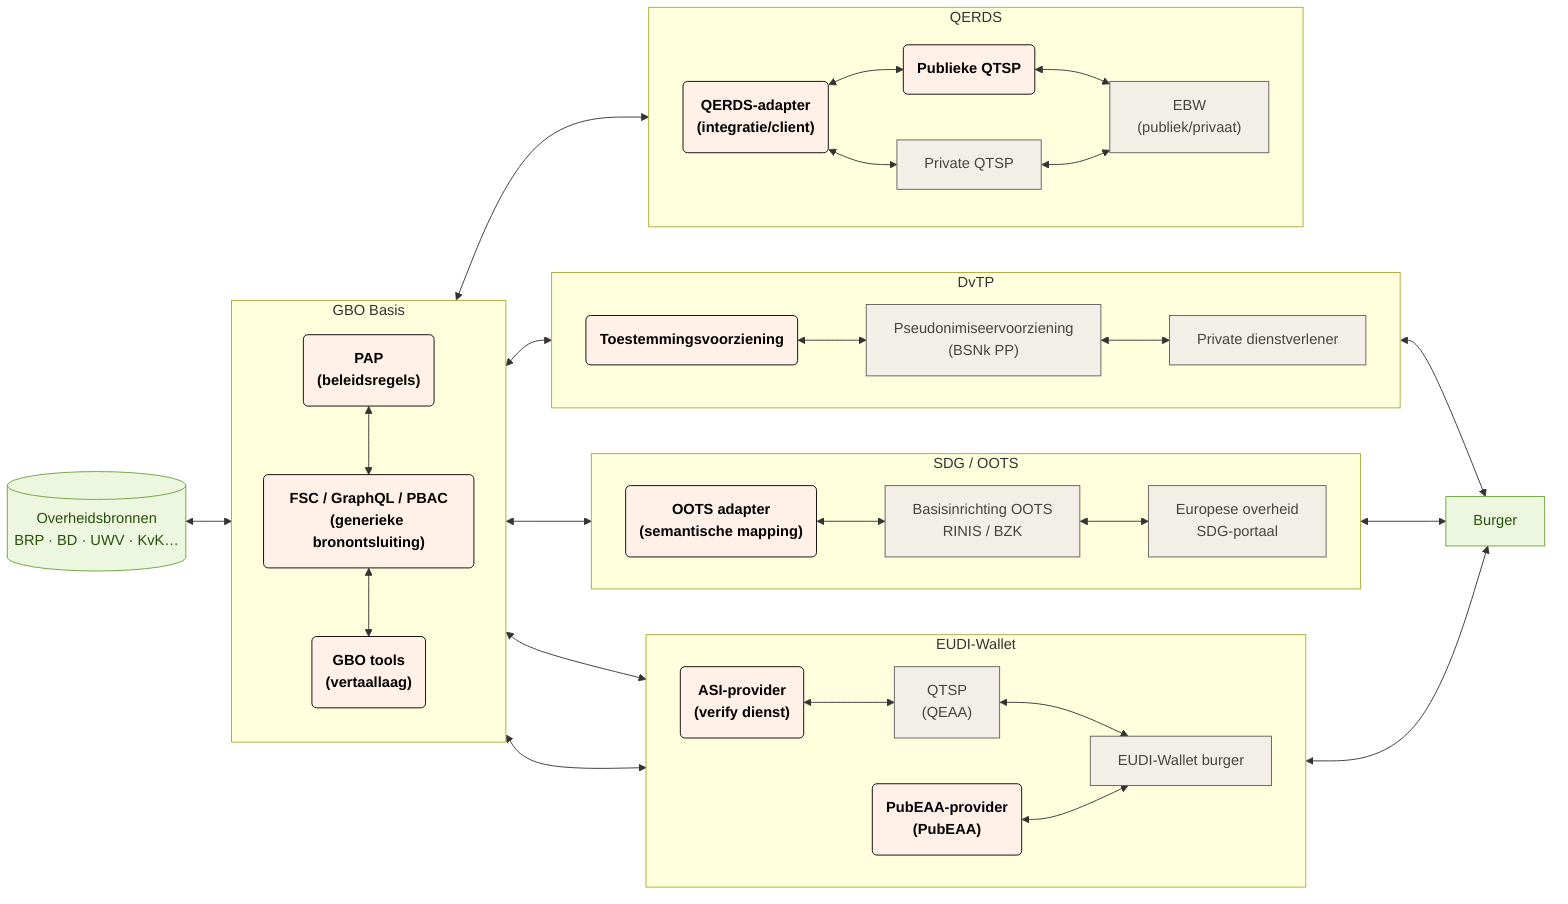
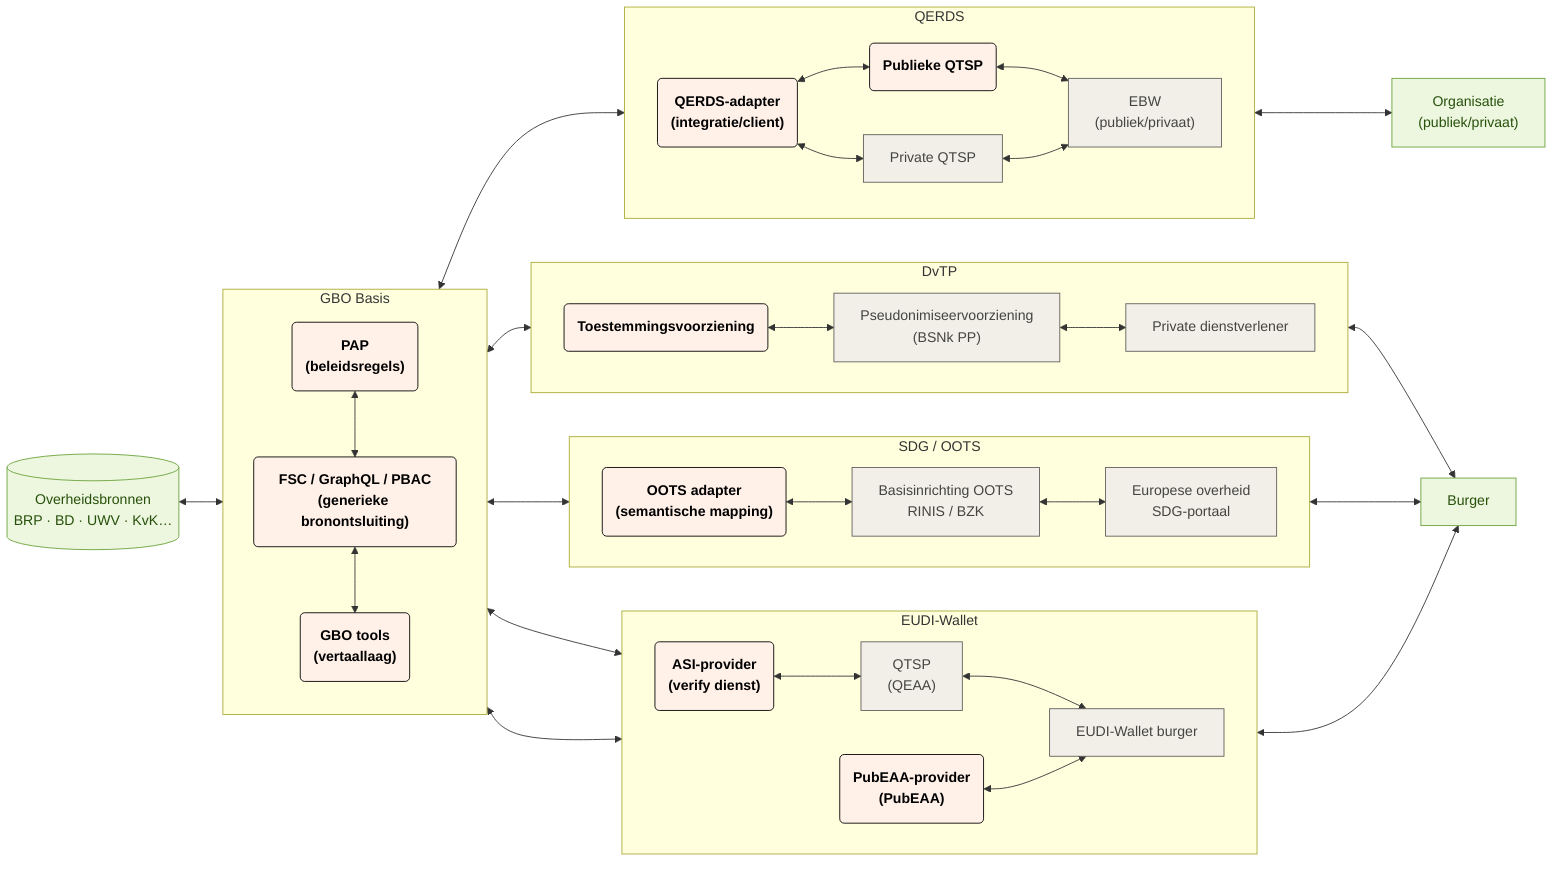
flowchart LR
  subgraph gbo["GBO Basis"]
    direction TB
        fsc_pap("`**PAP<br>(beleidsregels)**`")
        fsc("`**FSC / GraphQL / PBAC<br>(generieke bronontsluiting)**`")
        fsc_tools("`**GBO tools<br>(vertaallaag)**`")
  end
  subgraph eudi["EUDI-Wallet"]
    direction LR
        eudi_asi("`**ASI-provider<br>(verify dienst)**`")
        eudi_pubeaa("`**PubEAA-provider<br>(PubEAA)**`")
        eudi_qeaa["QTSP<br>(QEAA)"]
        eudi_wallet["EUDI-Wallet burger"]
  end
  subgraph oots["SDG / OOTS"]
    direction LR
        oots_adapter("`**OOTS adapter<br>(semantische mapping)**`")
        oots_basis["Basisinrichting OOTS<br>RINIS / BZK"]
        oots_afnemer["Europese overheid<br>SDG-portaal"]
  end
  subgraph dvtp["DvTP"]
    direction LR
        dvtp_toestemming("`**Toestemmingsvoorziening**`")
        dvtp_pseudoniem["Pseudonimiseervoorziening<br>(BSNk PP)"]
        dvtp_afnemer["Private dienstverlener"]
  end
  subgraph ebw["QERDS"]
     direction LR
        ebw_qerds_adapter("`**QERDS-adapter<br>(integratie/client)**`")
        ebw_pub_qtsp("`**Publieke QTSP**`")
        ebw_qtsp["Private QTSP"]
        ebw_wallet["EBW<br>(publiek/privaat)"]
  end

  fsc_pap <--> fsc
  fsc <--> fsc_tools
  bron[("Overheidsbronnen<br>BRP · BD · UWV · KvK…")] <--> gbo
  eudi_asi <--> eudi_qeaa
  eudi_qeaa <--> eudi_wallet
  gbo <--> eudi_asi & eudi_pubeaa & oots_adapter & dvtp_toestemming & ebw_qerds_adapter
  eudi_pubeaa <--> eudi_wallet
  oots_adapter <--> oots_basis
  oots_basis <--> oots_afnemer
  dvtp_toestemming <--> dvtp_pseudoniem
  dvtp_pseudoniem <--> dvtp_afnemer
  ebw_qerds_adapter <--> ebw_pub_qtsp <--> ebw_wallet
  ebw_qerds_adapter <--> ebw_qtsp <--> ebw_wallet
+   ebw_wallet <--> organisatie["Organisatie<br>(publiek/privaat)"]
  eudi_wallet <--> burger["Burger"]
  oots_afnemer <--> burger
  dvtp_afnemer <--> burger

  fsc_pap:::gbo
  fsc:::gbo
  fsc_tools:::gbo
  ebw_qerds_adapter:::gbo
  ebw_pub_qtsp:::gbo
  ebw_qtsp:::eudi
  ebw_wallet:::eudi
  eudi_asi:::gbo
  eudi_pubeaa:::gbo
  eudi_qeaa:::eudi
  eudi_wallet:::eudi
  oots_adapter:::gbo
  oots_basis:::oots
  oots_afnemer:::oots
  dvtp_toestemming:::gbo
  dvtp_pseudoniem:::dvtp
  dvtp_afnemer:::dvtp
  bron:::bron
  burger:::burger
+   organisatie:::burger

  classDef bron fill:#edf7df,stroke:#6aa13a,color:#27500a
  classDef generiek fill:#f1efe8,stroke:#5f5e5a,color:#444441
  classDef eudi fill:#f1efe8,stroke:#5f5e5a,color:#444441
  classDef oots fill:#f1efe8,stroke:#5f5e5a,color:#444441
  classDef dvtp fill:#f1efe8,stroke:#5f5e5a,color:#444441
  classDef gbo fill:#fff0e8,stroke:#000000,color:#000000
  classDef burger fill:#edf7df,stroke:#6aa13a,color:#27500a
